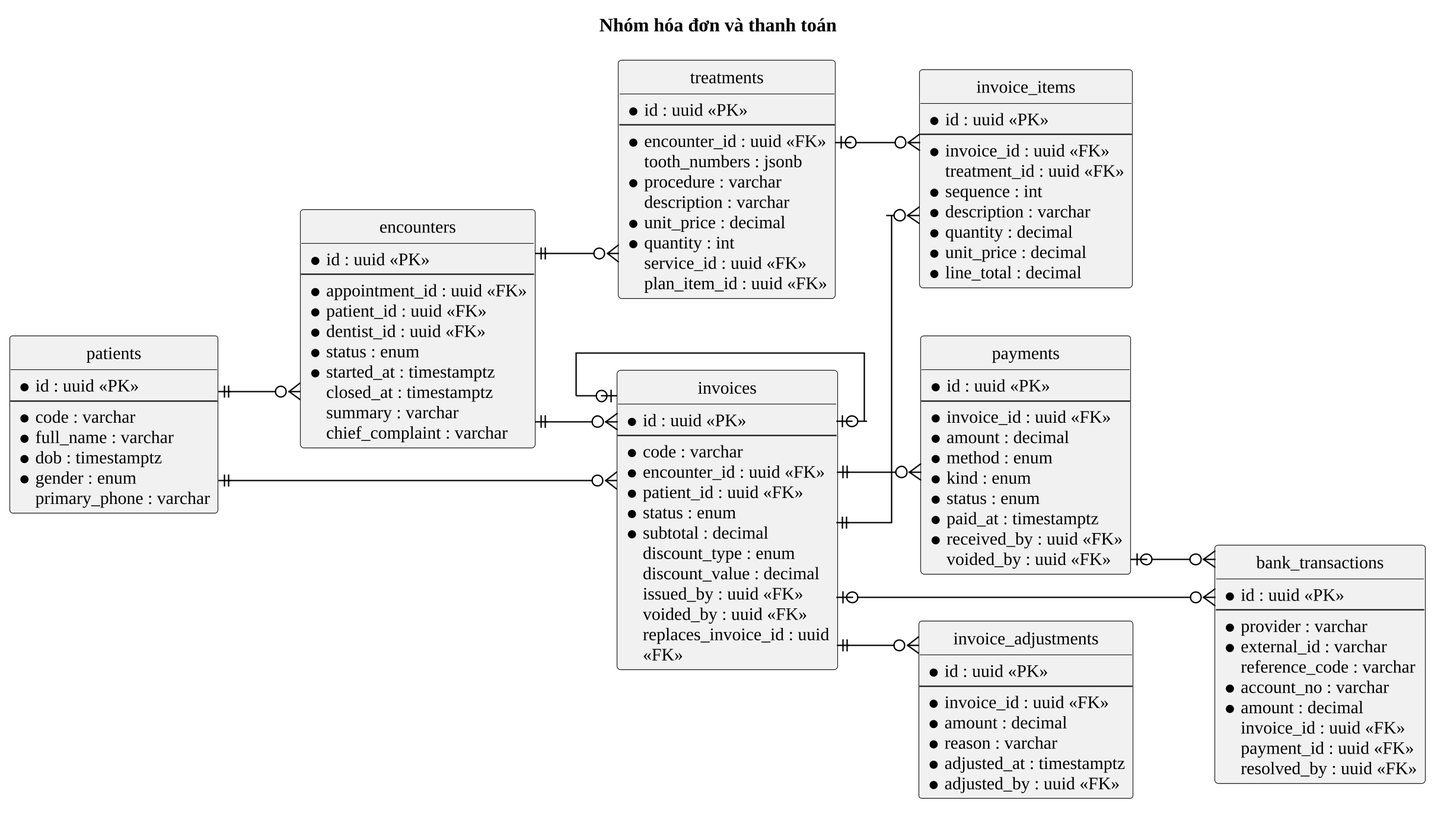
Above: docs/10_Thesis/bao-cao/hinh/3-4-erd-hoa-don.png in Trantuan0310/dental-clinic-nestjs-react (PlantUML), before the change.
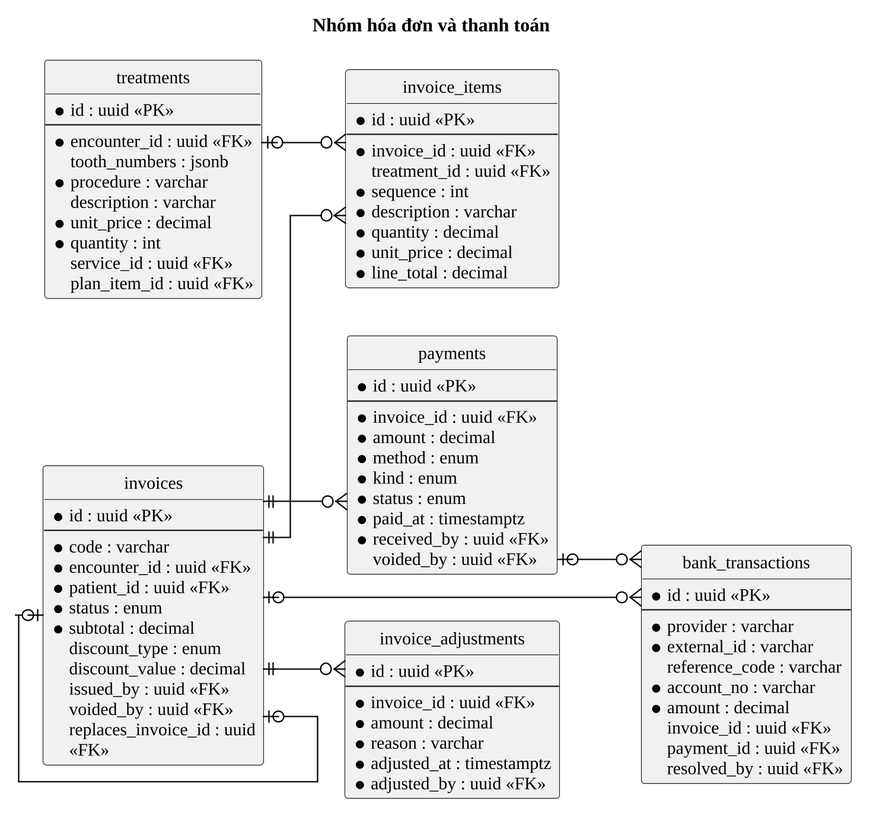
The same file after the commit.

Commit message:
Báo cáo: ERD phiên khám/hóa đơn bỏ bảng lặp để chữ đủ lớn khi in; ngắt dòng tên đề tài trên bìa

Diff of the diagram source:
```diff
@@ -6,27 +6,6 @@
 skinparam defaultFontSize 13
 title Nhóm hóa đơn và thanh toán
 
-entity "patients" as Patient {
-  * id : uuid <<PK>>
-  --
-  * code : varchar
-  * full_name : varchar
-  * dob : timestamptz
-  * gender : enum
-  primary_phone : varchar
-}
-entity "encounters" as Encounter {
-  * id : uuid <<PK>>
-  --
-  * appointment_id : uuid <<FK>>
-  * patient_id : uuid <<FK>>
-  * dentist_id : uuid <<FK>>
-  * status : enum
-  * started_at : timestamptz
-  closed_at : timestamptz
-  summary : varchar
-  chief_complaint : varchar
-}
 entity "invoices" as Invoice {
   * id : uuid <<PK>>
   --
@@ -98,15 +77,11 @@
   plan_item_id : uuid <<FK>>
 }
 
-Patient ||--o{ Encounter
-Encounter ||--o{ Invoice
 Invoice |o--o| Invoice
-Patient ||--o{ Invoice
 Invoice ||--o{ InvoiceItem
 Treatment |o--o{ InvoiceItem
 Invoice ||--o{ Payment
 Invoice ||--o{ InvoiceAdjustment
 Invoice |o--o{ BankTransaction
 Payment |o--o{ BankTransaction
-Encounter ||--o{ Treatment
 @enduml
```
